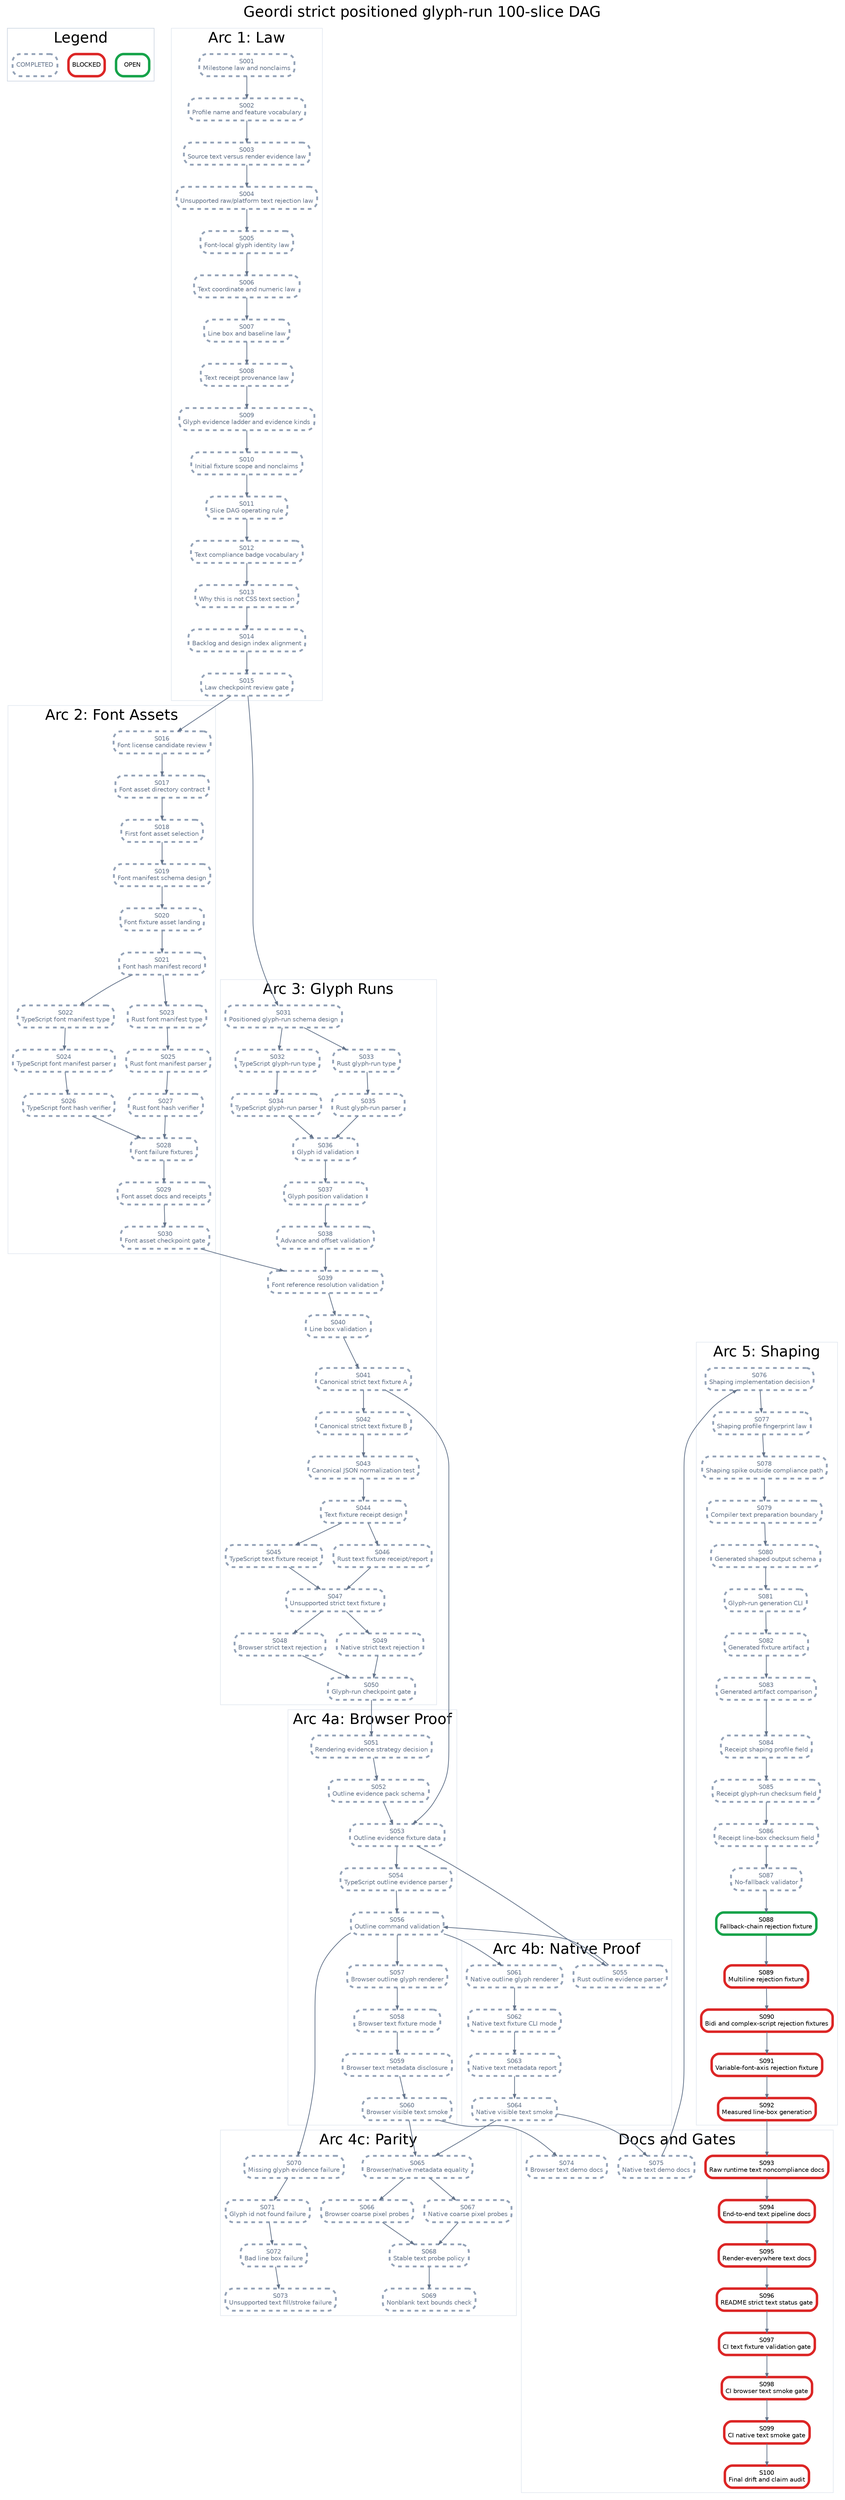
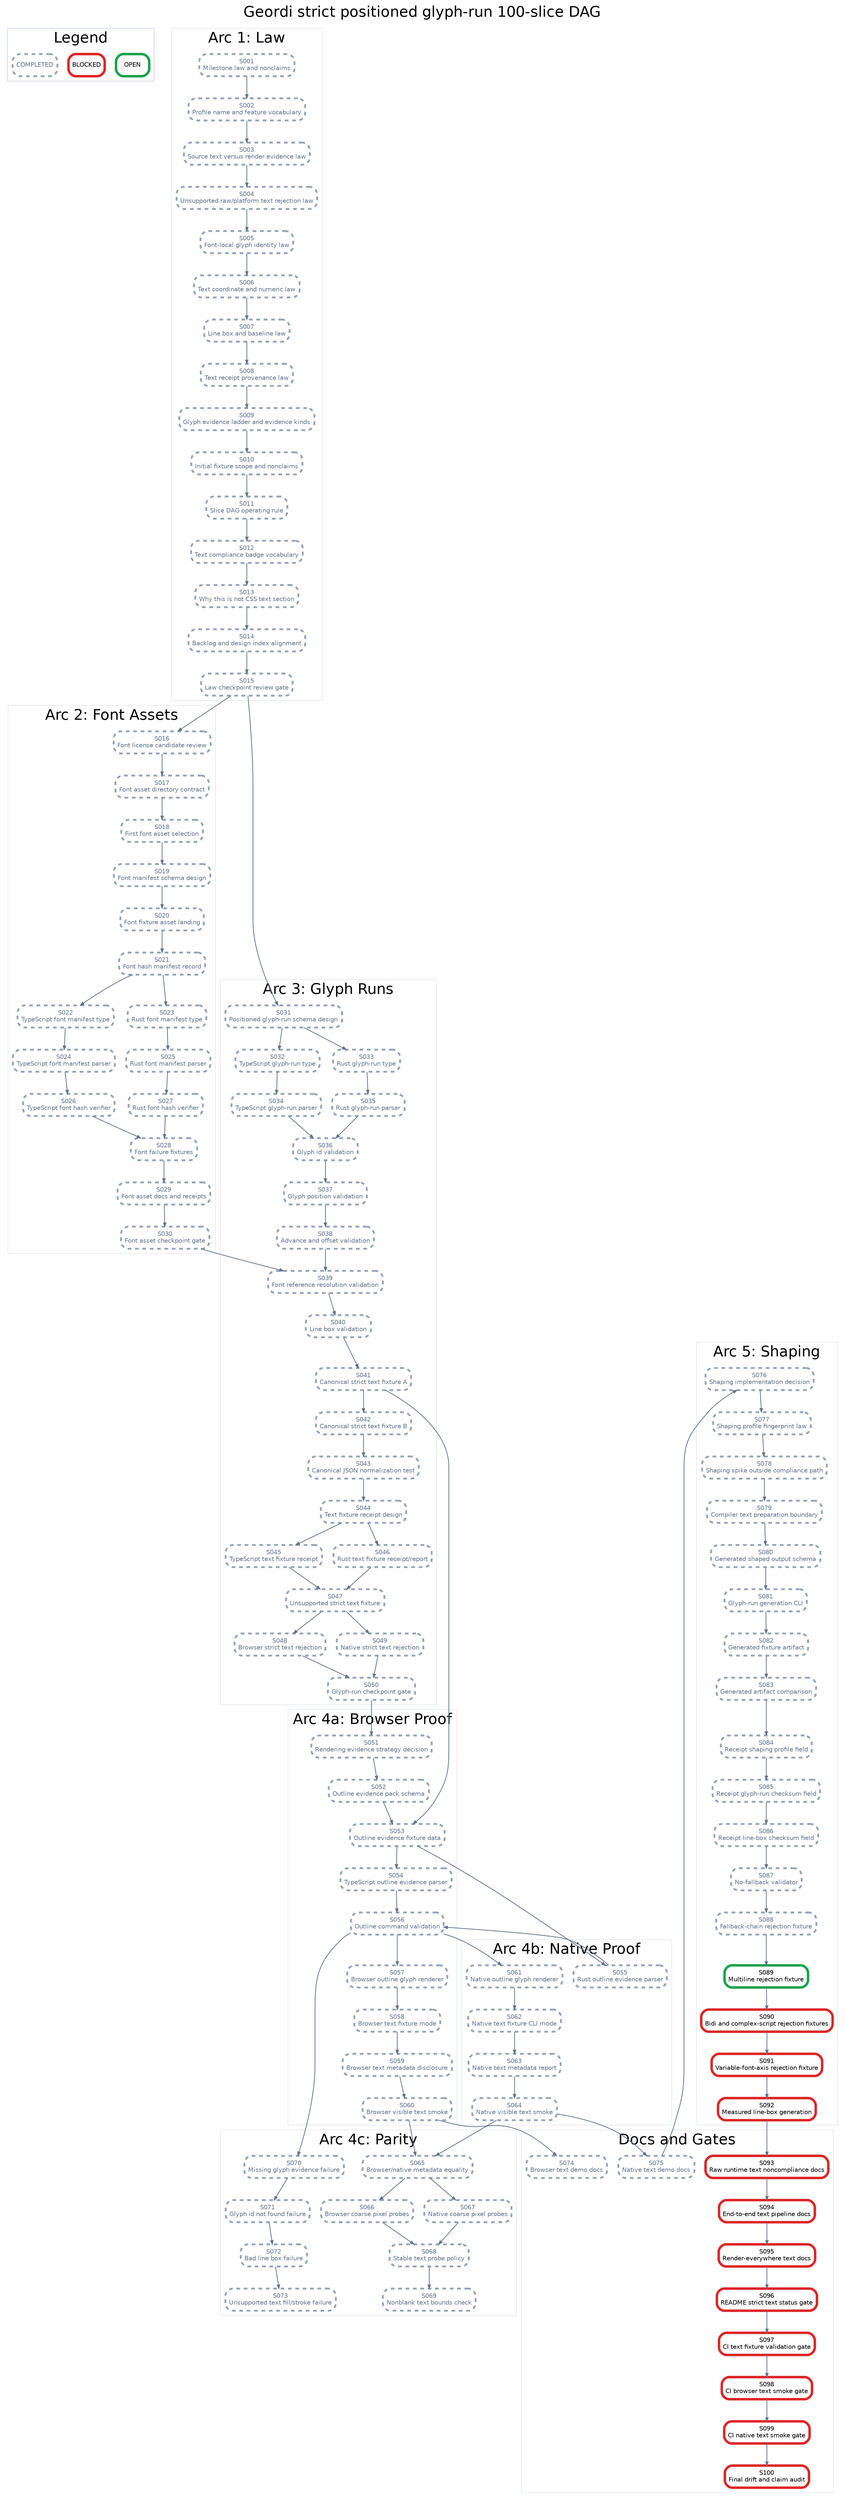
digraph StrictPositionedGlyphRunPlan {
  graph [rankdir=TB, bgcolor="white", fontname="Helvetica", label="Geordi strict positioned glyph-run 100-slice DAG", labelloc="t", fontsize=24];
  node [shape=box, style="rounded,filled", fillcolor="white", fontname="Helvetica", fontsize=10, margin="0.08,0.05"];
  edge [color="#64748b", arrowsize=0.6, penwidth=1.2];

  subgraph cluster_legend {
    label="Legend";
    color="#cbd5e1";
    legend_open [label="OPEN", color="#16a34a", penwidth=4];
    legend_blocked [label="BLOCKED", color="#dc2626", penwidth=4];
    legend_done [label="COMPLETED", color="#94a3b8", penwidth=3, style="rounded,filled,dashed", fontcolor="#64748b"];
  }

  subgraph cluster_law {
    label="Arc 1: Law";
    color="#e2e8f0";
    S001 [label="S001\nMilestone law and nonclaims", color="#94a3b8", penwidth=3, style="rounded,filled,dashed", fontcolor="#64748b"];
    S002 [label="S002\nProfile name and feature vocabulary", color="#94a3b8", penwidth=3, style="rounded,filled,dashed", fontcolor="#64748b"];
    S003 [label="S003\nSource text versus render evidence law", color="#94a3b8", penwidth=3, style="rounded,filled,dashed", fontcolor="#64748b"];
    S004 [label="S004\nUnsupported raw/platform text rejection law", color="#94a3b8", penwidth=3, style="rounded,filled,dashed", fontcolor="#64748b"];
    S005 [label="S005\nFont-local glyph identity law", color="#94a3b8", penwidth=3, style="rounded,filled,dashed", fontcolor="#64748b"];
    S006 [label="S006\nText coordinate and numeric law", color="#94a3b8", penwidth=3, style="rounded,filled,dashed", fontcolor="#64748b"];
    S007 [label="S007\nLine box and baseline law", color="#94a3b8", penwidth=3, style="rounded,filled,dashed", fontcolor="#64748b"];
    S008 [label="S008\nText receipt provenance law", color="#94a3b8", penwidth=3, style="rounded,filled,dashed", fontcolor="#64748b"];
    S009 [label="S009\nGlyph evidence ladder and evidence kinds", color="#94a3b8", penwidth=3, style="rounded,filled,dashed", fontcolor="#64748b"];
    S010 [label="S010\nInitial fixture scope and nonclaims", color="#94a3b8", penwidth=3, style="rounded,filled,dashed", fontcolor="#64748b"];
    S011 [label="S011\nSlice DAG operating rule", color="#94a3b8", penwidth=3, style="rounded,filled,dashed", fontcolor="#64748b"];
    S012 [label="S012\nText compliance badge vocabulary", color="#94a3b8", penwidth=3, style="rounded,filled,dashed", fontcolor="#64748b"];
    S013 [label="S013\nWhy this is not CSS text section", color="#94a3b8", penwidth=3, style="rounded,filled,dashed", fontcolor="#64748b"];
    S014 [label="S014\nBacklog and design index alignment", color="#94a3b8", penwidth=3, style="rounded,filled,dashed", fontcolor="#64748b"];
    S015 [label="S015\nLaw checkpoint review gate", color="#94a3b8", penwidth=3, style="rounded,filled,dashed", fontcolor="#64748b"];
  }

  subgraph cluster_assets {
    label="Arc 2: Font Assets";
    color="#e2e8f0";
    S016 [label="S016\nFont license candidate review", color="#94a3b8", penwidth=3, style="rounded,filled,dashed", fontcolor="#64748b"];
    S017 [label="S017\nFont asset directory contract", color="#94a3b8", penwidth=3, style="rounded,filled,dashed", fontcolor="#64748b"];
    S018 [label="S018\nFirst font asset selection", color="#94a3b8", penwidth=3, style="rounded,filled,dashed", fontcolor="#64748b"];
    S019 [label="S019\nFont manifest schema design", color="#94a3b8", penwidth=3, style="rounded,filled,dashed", fontcolor="#64748b"];
    S020 [label="S020\nFont fixture asset landing", color="#94a3b8", penwidth=3, style="rounded,filled,dashed", fontcolor="#64748b"];
    S021 [label="S021\nFont hash manifest record", color="#94a3b8", penwidth=3, style="rounded,filled,dashed", fontcolor="#64748b"];
    S022 [label="S022\nTypeScript font manifest type", color="#94a3b8", penwidth=3, style="rounded,filled,dashed", fontcolor="#64748b"];
    S023 [label="S023\nRust font manifest type", color="#94a3b8", penwidth=3, style="rounded,filled,dashed", fontcolor="#64748b"];
    S024 [label="S024\nTypeScript font manifest parser", color="#94a3b8", penwidth=3, style="rounded,filled,dashed", fontcolor="#64748b"];
    S025 [label="S025\nRust font manifest parser", color="#94a3b8", penwidth=3, style="rounded,filled,dashed", fontcolor="#64748b"];
    S026 [label="S026\nTypeScript font hash verifier", color="#94a3b8", penwidth=3, style="rounded,filled,dashed", fontcolor="#64748b"];
    S027 [label="S027\nRust font hash verifier", color="#94a3b8", penwidth=3, style="rounded,filled,dashed", fontcolor="#64748b"];
    S028 [label="S028\nFont failure fixtures", color="#94a3b8", penwidth=3, style="rounded,filled,dashed", fontcolor="#64748b"];
    S029 [label="S029\nFont asset docs and receipts", color="#94a3b8", penwidth=3, style="rounded,filled,dashed", fontcolor="#64748b"];
    S030 [label="S030\nFont asset checkpoint gate", color="#94a3b8", penwidth=3, style="rounded,filled,dashed", fontcolor="#64748b"];
  }

  subgraph cluster_glyph {
    label="Arc 3: Glyph Runs";
    color="#e2e8f0";
    S031 [label="S031\nPositioned glyph-run schema design", color="#94a3b8", penwidth=3, style="rounded,filled,dashed", fontcolor="#64748b"];
    S032 [label="S032\nTypeScript glyph-run type", color="#94a3b8", penwidth=3, style="rounded,filled,dashed", fontcolor="#64748b"];
    S033 [label="S033\nRust glyph-run type", color="#94a3b8", penwidth=3, style="rounded,filled,dashed", fontcolor="#64748b"];
    S034 [label="S034\nTypeScript glyph-run parser", color="#94a3b8", penwidth=3, style="rounded,filled,dashed", fontcolor="#64748b"];
    S035 [label="S035\nRust glyph-run parser", color="#94a3b8", penwidth=3, style="rounded,filled,dashed", fontcolor="#64748b"];
    S036 [label="S036\nGlyph id validation", color="#94a3b8", penwidth=3, style="rounded,filled,dashed", fontcolor="#64748b"];
    S037 [label="S037\nGlyph position validation", color="#94a3b8", penwidth=3, style="rounded,filled,dashed", fontcolor="#64748b"];
    S038 [label="S038\nAdvance and offset validation", color="#94a3b8", penwidth=3, style="rounded,filled,dashed", fontcolor="#64748b"];
    S039 [label="S039\nFont reference resolution validation", color="#94a3b8", penwidth=3, style="rounded,filled,dashed", fontcolor="#64748b"];
    S040 [label="S040\nLine box validation", color="#94a3b8", penwidth=3, style="rounded,filled,dashed", fontcolor="#64748b"];
    S041 [label="S041\nCanonical strict text fixture A", color="#94a3b8", penwidth=3, style="rounded,filled,dashed", fontcolor="#64748b"];
    S042 [label="S042\nCanonical strict text fixture B", color="#94a3b8", penwidth=3, style="rounded,filled,dashed", fontcolor="#64748b"];
    S043 [label="S043\nCanonical JSON normalization test", color="#94a3b8", penwidth=3, style="rounded,filled,dashed", fontcolor="#64748b"];
    S044 [label="S044\nText fixture receipt design", color="#94a3b8", penwidth=3, style="rounded,filled,dashed", fontcolor="#64748b"];
    S045 [label="S045\nTypeScript text fixture receipt", color="#94a3b8", penwidth=3, style="rounded,filled,dashed", fontcolor="#64748b"];
    S046 [label="S046\nRust text fixture receipt/report", color="#94a3b8", penwidth=3, style="rounded,filled,dashed", fontcolor="#64748b"];
    S047 [label="S047\nUnsupported strict text fixture", color="#94a3b8", penwidth=3, style="rounded,filled,dashed", fontcolor="#64748b"];
    S048 [label="S048\nBrowser strict text rejection", color="#94a3b8", penwidth=3, style="rounded,filled,dashed", fontcolor="#64748b"];
    S049 [label="S049\nNative strict text rejection", color="#94a3b8", penwidth=3, style="rounded,filled,dashed", fontcolor="#64748b"];
    S050 [label="S050\nGlyph-run checkpoint gate", color="#94a3b8", penwidth=3, style="rounded,filled,dashed", fontcolor="#64748b"];
  }

  subgraph cluster_browser {
    label="Arc 4a: Browser Proof";
    color="#e2e8f0";
    S051 [label="S051\nRendering evidence strategy decision", color="#94a3b8", penwidth=3, style="rounded,filled,dashed", fontcolor="#64748b"];
    S052 [label="S052\nOutline evidence pack schema", color="#94a3b8", penwidth=3, style="rounded,filled,dashed", fontcolor="#64748b"];
    S053 [label="S053\nOutline evidence fixture data", color="#94a3b8", penwidth=3, style="rounded,filled,dashed", fontcolor="#64748b"];
    S054 [label="S054\nTypeScript outline evidence parser", color="#94a3b8", penwidth=3, style="rounded,filled,dashed", fontcolor="#64748b"];
    S056 [label="S056\nOutline command validation", color="#94a3b8", penwidth=3, style="rounded,filled,dashed", fontcolor="#64748b"];
    S057 [label="S057\nBrowser outline glyph renderer", color="#94a3b8", penwidth=3, style="rounded,filled,dashed", fontcolor="#64748b"];
    S058 [label="S058\nBrowser text fixture mode", color="#94a3b8", penwidth=3, style="rounded,filled,dashed", fontcolor="#64748b"];
    S059 [label="S059\nBrowser text metadata disclosure", color="#94a3b8", penwidth=3, style="rounded,filled,dashed", fontcolor="#64748b"];
    S060 [label="S060\nBrowser visible text smoke", color="#94a3b8", penwidth=3, style="rounded,filled,dashed", fontcolor="#64748b"];
  }

  subgraph cluster_native {
    label="Arc 4b: Native Proof";
    color="#e2e8f0";
    S055 [label="S055\nRust outline evidence parser", color="#94a3b8", penwidth=3, style="rounded,filled,dashed", fontcolor="#64748b"];
    S061 [label="S061\nNative outline glyph renderer", color="#94a3b8", penwidth=3, style="rounded,filled,dashed", fontcolor="#64748b"];
    S062 [label="S062\nNative text fixture CLI mode", color="#94a3b8", penwidth=3, style="rounded,filled,dashed", fontcolor="#64748b"];
    S063 [label="S063\nNative text metadata report", color="#94a3b8", penwidth=3, style="rounded,filled,dashed", fontcolor="#64748b"];
    S064 [label="S064\nNative visible text smoke", color="#94a3b8", penwidth=3, style="rounded,filled,dashed", fontcolor="#64748b"];
  }

  subgraph cluster_parity {
    label="Arc 4c: Parity";
    color="#e2e8f0";
    S065 [label="S065\nBrowser/native metadata equality", color="#94a3b8", penwidth=3, style="rounded,filled,dashed", fontcolor="#64748b"];
    S066 [label="S066\nBrowser coarse pixel probes", color="#94a3b8", penwidth=3, style="rounded,filled,dashed", fontcolor="#64748b"];
    S067 [label="S067\nNative coarse pixel probes", color="#94a3b8", penwidth=3, style="rounded,filled,dashed", fontcolor="#64748b"];
    S068 [label="S068\nStable text probe policy", color="#94a3b8", penwidth=3, style="rounded,filled,dashed", fontcolor="#64748b"];
    S069 [label="S069\nNonblank text bounds check", color="#94a3b8", penwidth=3, style="rounded,filled,dashed", fontcolor="#64748b"];
    S070 [label="S070\nMissing glyph evidence failure", color="#94a3b8", penwidth=3, style="rounded,filled,dashed", fontcolor="#64748b"];
    S071 [label="S071\nGlyph id not found failure", color="#94a3b8", penwidth=3, style="rounded,filled,dashed", fontcolor="#64748b"];
    S072 [label="S072\nBad line box failure", color="#94a3b8", penwidth=3, style="rounded,filled,dashed", fontcolor="#64748b"];
    S073 [label="S073\nUnsupported text fill/stroke failure", color="#94a3b8", penwidth=3, style="rounded,filled,dashed", fontcolor="#64748b"];
  }

  subgraph cluster_shaping {
    label="Arc 5: Shaping";
    color="#e2e8f0";
    S076 [label="S076\nShaping implementation decision", color="#94a3b8", penwidth=3, style="rounded,filled,dashed", fontcolor="#64748b"];
    S077 [label="S077\nShaping profile fingerprint law", color="#94a3b8", penwidth=3, style="rounded,filled,dashed", fontcolor="#64748b"];
    S078 [label="S078\nShaping spike outside compliance path", color="#94a3b8", penwidth=3, style="rounded,filled,dashed", fontcolor="#64748b"];
    S079 [label="S079\nCompiler text preparation boundary", color="#94a3b8", penwidth=3, style="rounded,filled,dashed", fontcolor="#64748b"];
    S080 [label="S080\nGenerated shaped output schema", color="#94a3b8", penwidth=3, style="rounded,filled,dashed", fontcolor="#64748b"];
    S081 [label="S081\nGlyph-run generation CLI", color="#94a3b8", penwidth=3, style="rounded,filled,dashed", fontcolor="#64748b"];
    S082 [label="S082\nGenerated fixture artifact", color="#94a3b8", penwidth=3, style="rounded,filled,dashed", fontcolor="#64748b"];
    S083 [label="S083\nGenerated artifact comparison", color="#94a3b8", penwidth=3, style="rounded,filled,dashed", fontcolor="#64748b"];
    S084 [label="S084\nReceipt shaping profile field", color="#94a3b8", penwidth=3, style="rounded,filled,dashed", fontcolor="#64748b"];
    S085 [label="S085\nReceipt glyph-run checksum field", color="#94a3b8", penwidth=3, style="rounded,filled,dashed", fontcolor="#64748b"];
    S086 [label="S086\nReceipt line-box checksum field", color="#94a3b8", penwidth=3, style="rounded,filled,dashed", fontcolor="#64748b"];
    S087 [label="S087\nNo-fallback validator", color="#94a3b8", penwidth=3, style="rounded,filled,dashed", fontcolor="#64748b"];
-     S088 [label="S088\nFallback-chain rejection fixture", color="#16a34a", penwidth=4];
-     S089 [label="S089\nMultiline rejection fixture", color="#dc2626", penwidth=4];
+     S088 [label="S088\nFallback-chain rejection fixture", color="#94a3b8", penwidth=3, style="rounded,filled,dashed", fontcolor="#64748b"];
+     S089 [label="S089\nMultiline rejection fixture", color="#16a34a", penwidth=4];
    S090 [label="S090\nBidi and complex-script rejection fixtures", color="#dc2626", penwidth=4];
    S091 [label="S091\nVariable-font-axis rejection fixture", color="#dc2626", penwidth=4];
    S092 [label="S092\nMeasured line-box generation", color="#dc2626", penwidth=4];
  }

  subgraph cluster_docs {
    label="Docs and Gates";
    color="#e2e8f0";
    S074 [label="S074\nBrowser text demo docs", color="#94a3b8", penwidth=3, style="rounded,filled,dashed", fontcolor="#64748b"];
    S075 [label="S075\nNative text demo docs", color="#94a3b8", penwidth=3, style="rounded,filled,dashed", fontcolor="#64748b"];
    S093 [label="S093\nRaw runtime text noncompliance docs", color="#dc2626", penwidth=4];
    S094 [label="S094\nEnd-to-end text pipeline docs", color="#dc2626", penwidth=4];
    S095 [label="S095\nRender-everywhere text docs", color="#dc2626", penwidth=4];
    S096 [label="S096\nREADME strict text status gate", color="#dc2626", penwidth=4];
    S097 [label="S097\nCI text fixture validation gate", color="#dc2626", penwidth=4];
    S098 [label="S098\nCI browser text smoke gate", color="#dc2626", penwidth=4];
    S099 [label="S099\nCI native text smoke gate", color="#dc2626", penwidth=4];
    S100 [label="S100\nFinal drift and claim audit", color="#dc2626", penwidth=4];
  }

  S001 -> S002;
  S002 -> S003;
  S003 -> S004;
  S004 -> S005;
  S005 -> S006;
  S006 -> S007;
  S007 -> S008;
  S008 -> S009;
  S009 -> S010;
  S010 -> S011;
  S011 -> S012;
  S012 -> S013;
  S013 -> S014;
  S014 -> S015;
  S015 -> S016;
  S016 -> S017;
  S017 -> S018;
  S018 -> S019;
  S019 -> S020;
  S020 -> S021;
  S021 -> S022;
  S021 -> S023;
  S022 -> S024;
  S023 -> S025;
  S024 -> S026;
  S025 -> S027;
  S026 -> S028;
  S027 -> S028;
  S028 -> S029;
  S029 -> S030;
  S015 -> S031;
  S031 -> S032;
  S031 -> S033;
  S032 -> S034;
  S033 -> S035;
  S034 -> S036;
  S035 -> S036;
  S036 -> S037;
  S037 -> S038;
  S038 -> S039;
  S039 -> S040;
  S030 -> S039;
  S040 -> S041;
  S041 -> S042;
  S042 -> S043;
  S043 -> S044;
  S044 -> S045;
  S044 -> S046;
  S045 -> S047;
  S046 -> S047;
  S047 -> S048;
  S047 -> S049;
  S048 -> S050;
  S049 -> S050;
  S050 -> S051;
  S051 -> S052;
  S052 -> S053;
  S041 -> S053;
  S053 -> S054;
  S053 -> S055;
  S054 -> S056;
  S055 -> S056;
  S056 -> S057;
  S057 -> S058;
  S058 -> S059;
  S059 -> S060;
  S056 -> S061;
  S061 -> S062;
  S062 -> S063;
  S063 -> S064;
  S060 -> S065;
  S064 -> S065;
  S065 -> S066;
  S065 -> S067;
  S066 -> S068;
  S067 -> S068;
  S068 -> S069;
  S056 -> S070;
  S070 -> S071;
  S071 -> S072;
  S072 -> S073;
  S060 -> S074;
  S064 -> S075;
  S075 -> S076;
  S076 -> S077;
  S077 -> S078;
  S078 -> S079;
  S079 -> S080;
  S080 -> S081;
  S081 -> S082;
  S082 -> S083;
  S083 -> S084;
  S084 -> S085;
  S085 -> S086;
  S086 -> S087;
  S087 -> S088;
  S088 -> S089;
  S089 -> S090;
  S090 -> S091;
  S091 -> S092;
  S092 -> S093;
  S093 -> S094;
  S094 -> S095;
  S095 -> S096;
  S096 -> S097;
  S097 -> S098;
  S098 -> S099;
  S099 -> S100;
}
